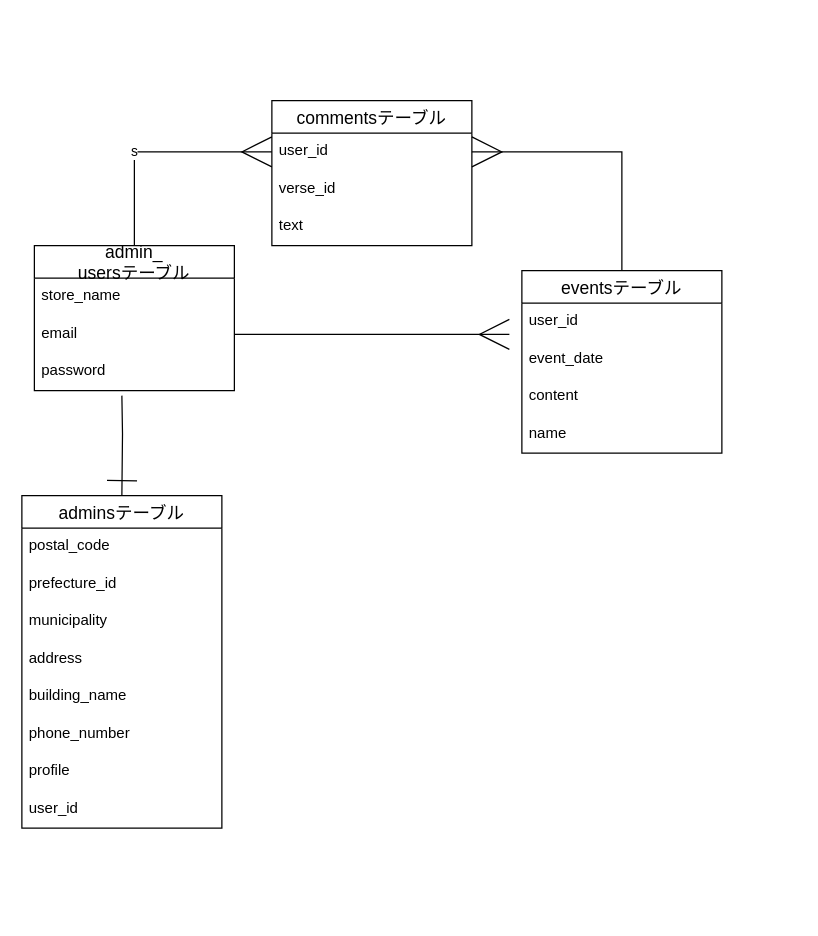
The draw.io diagram cipher.dio in hayato-lang/cipher, before the edit. Source tidied: cells renumbered, new cells numbered last; positions are measured from the earlier drawing's top-left corner, leaving out a move shared by most shapes. Both pictures are drawn from the tidied source at 125%, with x=0, y=0 at pixel (21, 100).
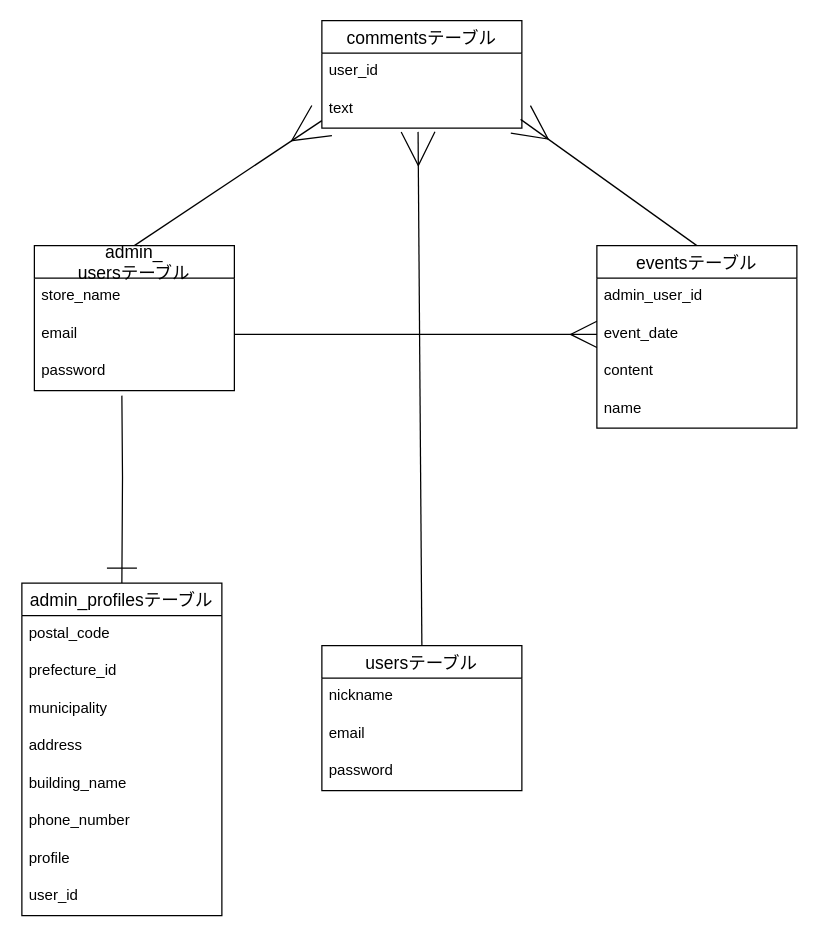
The same diagram, later.

Commit message:
ER図にusersテーブルを追記

Unchanged cells that the change refers to:
```xml
<mxCell id="3" value="user_id" style="text;strokeColor=none;fillColor=none;spacingLeft=4;spacingRight=4;overflow=hidden;points=[[0,0.5],[1,0.5]];portConstraint=eastwest;fontSize=12;" parent="2" vertex="1">
  <mxGeometry y="26" width="160" height="30" as="geometry" />
</mxCell>
<mxCell id="7" value="admin_&#10;usersテーブル" style="swimlane;fontStyle=0;horizontal=1;startSize=26;align=center;fontSize=14;" parent="1" vertex="1">
  <mxGeometry x="10" y="116" width="160" height="116" as="geometry" />
</mxCell>
<mxCell id="9" value="email" style="text;strokeColor=none;fillColor=none;spacingLeft=4;spacingRight=4;overflow=hidden;points=[[0,0.5],[1,0.5]];portConstraint=eastwest;fontSize=12;" parent="7" vertex="1">
  <mxGeometry y="56" width="160" height="30" as="geometry" />
</mxCell>
<mxCell id="14" value="event_date" style="text;strokeColor=none;fillColor=none;spacingLeft=4;spacingRight=4;overflow=hidden;points=[[0,0.5],[1,0.5]];portConstraint=eastwest;fontSize=12;" parent="12" vertex="1">
  <mxGeometry y="56" width="160" height="30" as="geometry" />
</mxCell>
```

Change to the diagram source:
```diff
@@
     <mxCell id="2" value="commentsテーブル" style="swimlane;fontStyle=0;horizontal=1;startSize=26;align=center;fontSize=14;" parent="1" vertex="1">
-      <mxGeometry x="200" width="160" height="116" as="geometry" />
+      <mxGeometry x="240" y="-64" width="160" height="86" as="geometry" />
     </mxCell>
@@
-    <mxCell id="4" value="verse_id" style="text;strokeColor=none;fillColor=none;spacingLeft=4;spacingRight=4;overflow=hidden;fontSize=12;" parent="2" vertex="1">
-      <mxGeometry y="56" width="160" height="30" as="geometry" />
-    </mxCell>
     <mxCell id="5" value="text" style="text;strokeColor=none;fillColor=none;spacingLeft=4;spacingRight=4;overflow=hidden;points=[[0,0.5],[1,0.5]];portConstraint=eastwest;fontSize=12;" parent="2" vertex="1">
-      <mxGeometry y="86" width="160" height="30" as="geometry" />
+      <mxGeometry y="56" width="160" height="30" as="geometry" />
     </mxCell>
-    <mxCell id="6" value="s" style="edgeStyle=orthogonalEdgeStyle;rounded=0;jettySize=auto;html=1;exitX=0.5;exitY=0;exitDx=0;exitDy=0;entryX=0;entryY=0.5;entryDx=0;entryDy=0;endSize=22;endArrow=ERmany;endFill=0;" parent="1" edge="1" source="7" target="3">
-      <mxGeometry x="-0.19" relative="1" as="geometry" />
-    </mxCell>
+    <mxCell id="28" style="edgeStyle=none;rounded=0;jettySize=auto;html=1;exitX=0.5;exitY=0;exitDx=0;exitDy=0;entryX=0;entryY=0.8;entryDx=0;entryDy=0;entryPerimeter=0;endArrow=ERmany;endFill=0;startSize=24;endSize=27;sourcePerimeterSpacing=22;targetPerimeterSpacing=26;" parent="1" edge="1" source="7" target="5">
+      <mxGeometry relative="1" as="geometry" />
+    </mxCell>
@@
-    <mxCell id="11" style="edgeStyle=orthogonalEdgeStyle;rounded=0;jettySize=auto;html=1;exitX=0.5;exitY=0;exitDx=0;exitDy=0;entryX=1;entryY=0.5;entryDx=0;entryDy=0;endArrow=ERmany;endFill=0;endSize=22;" parent="1" edge="1" source="12" target="3">
-      <mxGeometry relative="1" as="geometry" />
-    </mxCell>
+    <mxCell id="29" style="edgeStyle=none;rounded=0;jettySize=auto;html=1;exitX=0.5;exitY=0;exitDx=0;exitDy=0;entryX=0.994;entryY=0.767;entryDx=0;entryDy=0;entryPerimeter=0;endArrow=ERmany;endFill=0;startSize=24;endSize=25;sourcePerimeterSpacing=22;targetPerimeterSpacing=-12;" parent="1" edge="1" source="12" target="5">
+      <mxGeometry relative="1" as="geometry">
+        <Array as="points">
+          <mxPoint x="399" y="15" />
+        </Array>
+      </mxGeometry>
+    </mxCell>
     <mxCell id="12" value="eventsテーブル" style="swimlane;fontStyle=0;horizontal=1;startSize=26;align=center;fontSize=14;" parent="1" vertex="1">
-      <mxGeometry x="400" y="136" width="160" height="146" as="geometry" />
+      <mxGeometry x="460" y="116" width="160" height="146" as="geometry" />
     </mxCell>
-    <mxCell id="13" value="user_id" style="text;strokeColor=none;fillColor=none;spacingLeft=4;spacingRight=4;overflow=hidden;fontSize=12;" parent="12" vertex="1">
+    <mxCell id="13" value="admin_user_id" style="text;strokeColor=none;fillColor=none;spacingLeft=4;spacingRight=4;overflow=hidden;fontSize=12;" parent="12" vertex="1">
       <mxGeometry y="26" width="160" height="30" as="geometry" />
     </mxCell>
@@
-    <mxCell id="18" value="adminsテーブル" style="swimlane;fontStyle=0;horizontal=1;startSize=26;align=center;fontSize=14;" parent="1" vertex="1">
-      <mxGeometry y="316" width="160" height="266" as="geometry" />
+    <mxCell id="18" value="admin_profilesテーブル" style="swimlane;fontStyle=0;horizontal=1;startSize=26;align=center;fontSize=14;" parent="1" vertex="1">
+      <mxGeometry y="386" width="160" height="266" as="geometry" />
     </mxCell>
@@
-    <mxCell id="27" style="edgeStyle=orthogonalEdgeStyle;rounded=0;jettySize=auto;html=1;exitX=1;exitY=0.5;exitDx=0;exitDy=0;endArrow=ERmany;endFill=0;endSize=22;" parent="1" edge="1" source="9">
-      <mxGeometry relative="1" as="geometry">
-        <mxPoint x="390" y="187" as="targetPoint" />
-        <Array as="points">
-          <mxPoint x="310" y="187" />
-          <mxPoint x="310" y="187" />
-        </Array>
-      </mxGeometry>
-    </mxCell>
+    <mxCell id="30" style="edgeStyle=orthogonalEdgeStyle;rounded=0;jettySize=auto;html=1;exitX=1;exitY=0.5;exitDx=0;exitDy=0;entryX=0;entryY=0.5;entryDx=0;entryDy=0;endArrow=ERmany;endFill=0;startSize=24;endSize=19;" parent="1" edge="1" source="9" target="14">
+      <mxGeometry relative="1" as="geometry" />
+    </mxCell>
+    <mxCell id="31" style="edgeStyle=none;rounded=0;jettySize=auto;html=1;exitX=0.5;exitY=0;exitDx=0;exitDy=0;entryX=0.481;entryY=1.1;entryDx=0;entryDy=0;entryPerimeter=0;endArrow=ERmany;endFill=0;startSize=24;endSize=25;sourcePerimeterSpacing=22;targetPerimeterSpacing=-12;" parent="1" edge="1" source="32" target="5">
+      <mxGeometry relative="1" as="geometry" />
+    </mxCell>
+    <mxCell id="32" value="usersテーブル" style="swimlane;fontStyle=0;horizontal=1;startSize=26;align=center;fontSize=14;" parent="1" vertex="1">
+      <mxGeometry x="240" y="436" width="160" height="116" as="geometry" />
+    </mxCell>
+    <mxCell id="33" value="nickname" style="text;strokeColor=none;fillColor=none;spacingLeft=4;spacingRight=4;overflow=hidden;fontSize=12;" parent="32" vertex="1">
+      <mxGeometry y="26" width="160" height="30" as="geometry" />
+    </mxCell>
+    <mxCell id="34" value="email" style="text;strokeColor=none;fillColor=none;spacingLeft=4;spacingRight=4;overflow=hidden;fontSize=12;" parent="32" vertex="1">
+      <mxGeometry y="56" width="160" height="30" as="geometry" />
+    </mxCell>
+    <mxCell id="35" value="password&#10;" style="text;strokeColor=none;fillColor=none;spacingLeft=4;spacingRight=4;overflow=hidden;fontSize=12;" parent="32" vertex="1">
+      <mxGeometry y="86" width="160" height="30" as="geometry" />
+    </mxCell>
```
